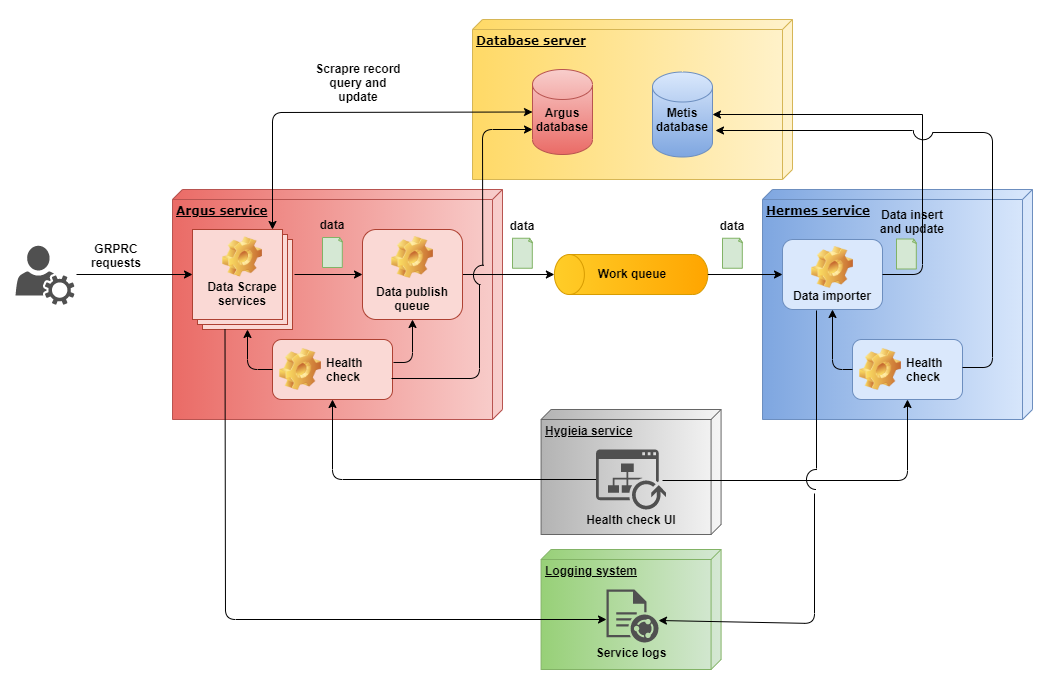
Earlier version of the draw.io export doc/images/overview.png (weizhi-luo/stocks). Source tidied: cells renumbered, new cells last; positions are measured from the earlier drawing's top-left corner, leaving out a move shared by most shapes.
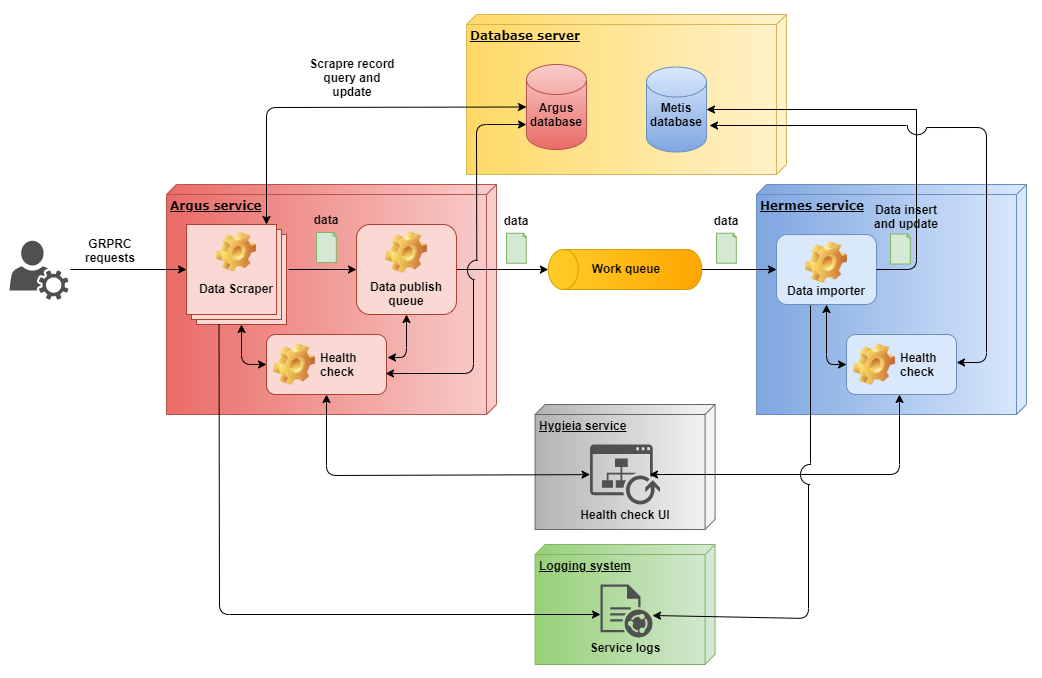
Above is the later version.

The edit, as a diff of the source:
```diff
@@ -26,7 +26,7 @@
     <mxCell id="9" style="verticalLabelPosition=bottom;verticalAlign=top;html=1;shape=mxgraph.basic.layered_rect;dx=10;outlineConnect=0;fillColor=#fad9d5;strokeColor=#ae4132;" parent="1" vertex="1">
       <mxGeometry x="177" y="210" width="100" height="100" as="geometry" />
     </mxCell>
-    <mxCell id="10" value="&lt;b&gt;Data Scrape services&lt;/b&gt;" style="text;html=1;strokeColor=none;fillColor=none;align=center;verticalAlign=middle;whiteSpace=wrap;rounded=0;" parent="1" vertex="1">
+    <mxCell id="10" value="&lt;b&gt;Data Scraper&lt;/b&gt;" style="text;html=1;strokeColor=none;fillColor=none;align=center;verticalAlign=middle;whiteSpace=wrap;rounded=0;" parent="1" vertex="1">
       <mxGeometry x="187" y="263.8" width="80" height="20" as="geometry" />
     </mxCell>
     <mxCell id="11" style="edgeStyle=orthogonalEdgeStyle;rounded=0;orthogonalLoop=1;jettySize=auto;html=1;exitX=0.5;exitY=1;exitDx=0;exitDy=0;" parent="1" edge="1" source="8" target="8">
@@ -112,28 +112,28 @@
         </Array>
       </mxGeometry>
     </mxCell>
-    <mxCell id="35" style="endArrow=none;html=1;exitX=0.992;exitY=0.65;exitDx=0;exitDy=0;entryX=0.323;entryY=0.963;entryDx=0;entryDy=0;entryPerimeter=0;exitPerimeter=0;" parent="1" edge="1" source="30" target="33">
+    <mxCell id="35" style="endArrow=none;html=1;exitX=0.992;exitY=0.65;exitDx=0;exitDy=0;entryX=0.323;entryY=0.963;entryDx=0;entryDy=0;entryPerimeter=0;exitPerimeter=0;startArrow=classic;startFill=1;" parent="1" edge="1" source="30" target="33">
       <mxGeometry relative="1" as="geometry">
         <Array as="points">
           <mxPoint x="464" y="359" />
         </Array>
       </mxGeometry>
     </mxCell>
-    <mxCell id="36" style="endArrow=classic;html=1;exitX=1.008;exitY=0.383;exitDx=0;exitDy=0;exitPerimeter=0;entryX=0.5;entryY=1;entryDx=0;entryDy=0;" parent="1" edge="1" source="30" target="8">
+    <mxCell id="36" style="endArrow=classic;html=1;exitX=1.008;exitY=0.383;exitDx=0;exitDy=0;exitPerimeter=0;entryX=0.5;entryY=1;entryDx=0;entryDy=0;startArrow=classic;startFill=1;" parent="1" edge="1" source="30" target="8">
       <mxGeometry relative="1" as="geometry">
         <Array as="points">
           <mxPoint x="397" y="343" />
         </Array>
       </mxGeometry>
     </mxCell>
-    <mxCell id="37" style="endArrow=classic;html=1;entryX=0;entryY=0;entryDx=55;entryDy=100;entryPerimeter=0;exitX=0;exitY=0.5;exitDx=0;exitDy=0;" parent="1" edge="1" source="30" target="9">
+    <mxCell id="37" style="endArrow=classic;html=1;entryX=0;entryY=0;entryDx=55;entryDy=100;entryPerimeter=0;exitX=0;exitY=0.5;exitDx=0;exitDy=0;startArrow=classic;startFill=1;" parent="1" edge="1" source="30" target="9">
       <mxGeometry relative="1" as="geometry">
         <Array as="points">
           <mxPoint x="232" y="350" />
         </Array>
       </mxGeometry>
     </mxCell>
-    <mxCell id="38" style="endArrow=classic;html=1;exitX=0;exitY=0.5;exitDx=0;exitDy=0;entryX=0.5;entryY=1;entryDx=0;entryDy=0;" parent="1" edge="1" source="31" target="14">
+    <mxCell id="38" style="endArrow=classic;html=1;exitX=0;exitY=0.5;exitDx=0;exitDy=0;entryX=0.5;entryY=1;entryDx=0;entryDy=0;startArrow=classic;startFill=1;" parent="1" edge="1" source="31" target="14">
       <mxGeometry relative="1" as="geometry">
         <Array as="points">
           <mxPoint x="817" y="350" />
@@ -158,7 +158,7 @@
         <mxPoint x="700" y="111" as="targetPoint" />
       </mxGeometry>
     </mxCell>
-    <mxCell id="42" style="endArrow=none;html=1;entryX=0.267;entryY=0.957;entryDx=0;entryDy=0;entryPerimeter=0;" parent="1" edge="1">
+    <mxCell id="42" style="endArrow=none;html=1;entryX=0.267;entryY=0.957;entryDx=0;entryDy=0;entryPerimeter=0;startArrow=classic;startFill=1;" parent="1" edge="1">
       <mxGeometry relative="1" as="geometry">
         <mxPoint x="947" y="348" as="sourcePoint" />
         <mxPoint x="917" y="113" as="targetPoint" />
@@ -177,21 +177,6 @@
     <mxCell id="45" value="&lt;b&gt;Health check UI&lt;/b&gt;" style="text;html=1;strokeColor=none;fillColor=none;align=center;verticalAlign=middle;whiteSpace=wrap;rounded=0;" parent="1" vertex="1">
       <mxGeometry x="565.6" y="490" width="100" height="20" as="geometry" />
     </mxCell>
-    <mxCell id="46" style="endArrow=classic;html=1;entryX=0.5;entryY=1;entryDx=0;entryDy=0;" parent="1" edge="1" source="44" target="30">
-      <mxGeometry relative="1" as="geometry">
-        <Array as="points">
-          <mxPoint x="317" y="460" />
-        </Array>
-      </mxGeometry>
-    </mxCell>
-    <mxCell id="47" style="endArrow=classic;html=1;entryX=0.5;entryY=1;entryDx=0;entryDy=0;" parent="1" edge="1" target="31">
-      <mxGeometry relative="1" as="geometry">
-        <mxPoint x="647" y="461" as="sourcePoint" />
-        <Array as="points">
-          <mxPoint x="892" y="461" />
-        </Array>
-      </mxGeometry>
-    </mxCell>
     <mxCell id="48" style="shadow=0;dashed=0;html=1;strokeColor=none;fillColor=#505050;labelPosition=center;verticalLabelPosition=bottom;verticalAlign=top;align=center;shape=mxgraph.office.users.user_services;" parent="1" vertex="1">
       <mxGeometry y="226.2" width="59" height="59" as="geometry" />
     </mxCell>
@@ -225,7 +210,7 @@
     </mxCell>
     <mxCell id="56" style="endArrow=classic;html=1;" parent="1" edge="1">
       <mxGeometry relative="1" as="geometry">
-        <mxPoint x="799" y="474" as="sourcePoint" />
+        <mxPoint x="799" y="470" as="sourcePoint" />
         <mxPoint x="643" y="601" as="targetPoint" />
         <Array as="points">
           <mxPoint x="799" y="604" />
@@ -238,5 +223,20 @@
         <mxPoint x="801" y="291" as="targetPoint" />
       </mxGeometry>
     </mxCell>
+    <mxCell id="58" style="endArrow=classic;startArrow=classic;html=1;exitX=0.5;exitY=1;exitDx=0;exitDy=0;" parent="1" edge="1" source="30" target="44">
+      <mxGeometry relative="1" as="geometry">
+        <Array as="points">
+          <mxPoint x="317" y="461" />
+        </Array>
+      </mxGeometry>
+    </mxCell>
+    <mxCell id="59" style="endArrow=classic;startArrow=classic;html=1;exitX=0.849;exitY=0.5;exitDx=0;exitDy=0;exitPerimeter=0;" parent="1" edge="1" source="44">
+      <mxGeometry relative="1" as="geometry">
+        <mxPoint x="890" y="380" as="targetPoint" />
+        <Array as="points">
+          <mxPoint x="890" y="460" />
+        </Array>
+      </mxGeometry>
+    </mxCell>
   </root>
 </mxGraphModel>
```
